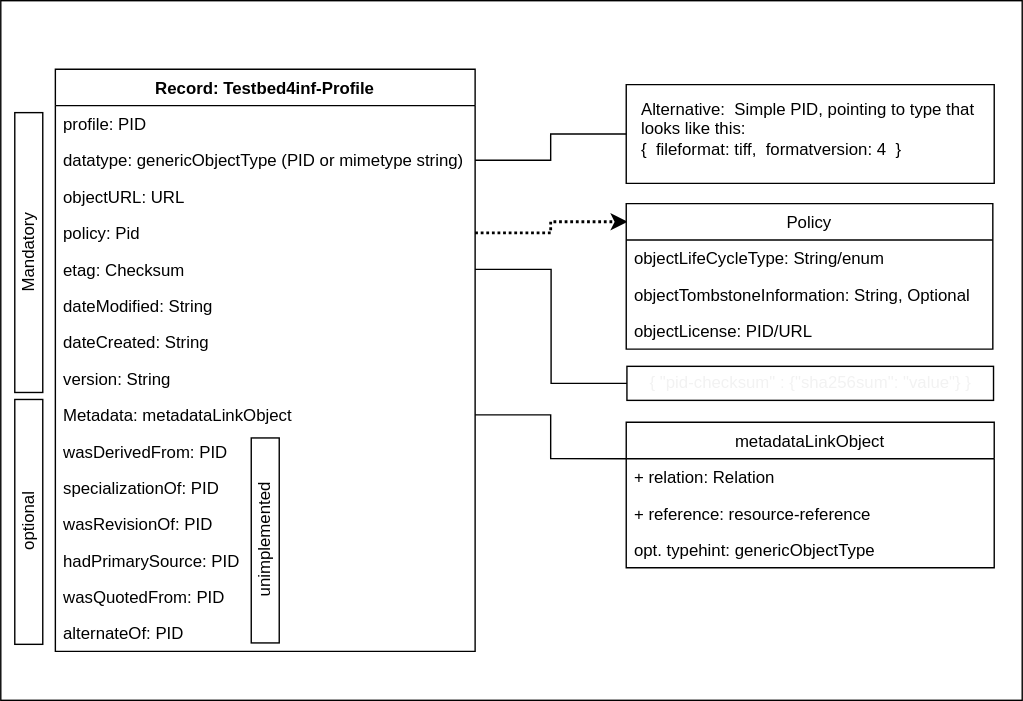
The draw.io diagram documentation/images/pageannotation_record.drawio.svg in kit-data-manager/testbed4inf, before a commit. Source tidied: cells renumbered, new cells last; positions are measured from the earlier drawing's top-left corner, leaving out a move shared by most shapes.
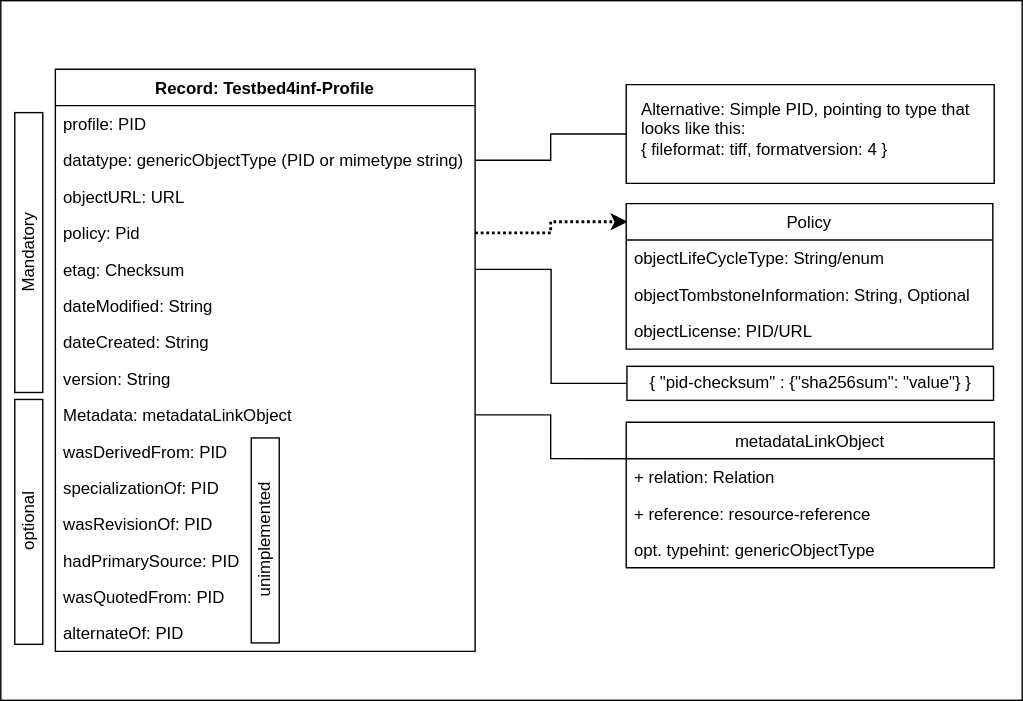
Above is the later version.

The edit, as a diff of the source:
```diff
@@ -14,7 +14,7 @@
     <mxCell id="5" style="edgeStyle=orthogonalEdgeStyle;rounded=0;jettySize=auto;html=1;entryX=0.004;entryY=0.125;entryDx=0;entryDy=0;entryPerimeter=0;dashed=1;dashPattern=1 1;strokeWidth=2;fontColor=#000000;exitX=1;exitY=0.5;exitDx=0;exitDy=0;" parent="1" edge="1" source="12" target="28">
       <mxGeometry relative="1" as="geometry" />
     </mxCell>
-    <mxCell id="6" value="&lt;span style=&quot;text-align: left&quot;&gt;&lt;font color=&quot;#f2f2f2&quot;&gt;{ &quot;pid-checksum&quot; : {&quot;sha256sum&quot;: &quot;value&quot;} }&lt;/font&gt;&lt;/span&gt;" style="rounded=0;whiteSpace=wrap;html=1;" parent="1" vertex="1">
+    <mxCell id="6" value="&lt;span style=&quot;text-align: left&quot;&gt;&lt;font&gt;{ &quot;pid-checksum&quot; : {&quot;sha256sum&quot;: &quot;value&quot;} }&lt;/font&gt;&lt;/span&gt;" style="rounded=0;whiteSpace=wrap;html=1;" parent="1" vertex="1">
       <mxGeometry x="527.5" y="261.3" width="262" height="24.3" as="geometry" />
     </mxCell>
     <mxCell id="7" style="edgeStyle=orthogonalEdgeStyle;rounded=0;jettySize=auto;html=1;entryX=0;entryY=0.5;entryDx=0;entryDy=0;endArrow=none;endFill=0;" parent="1" edge="1" source="13" target="6">
```
